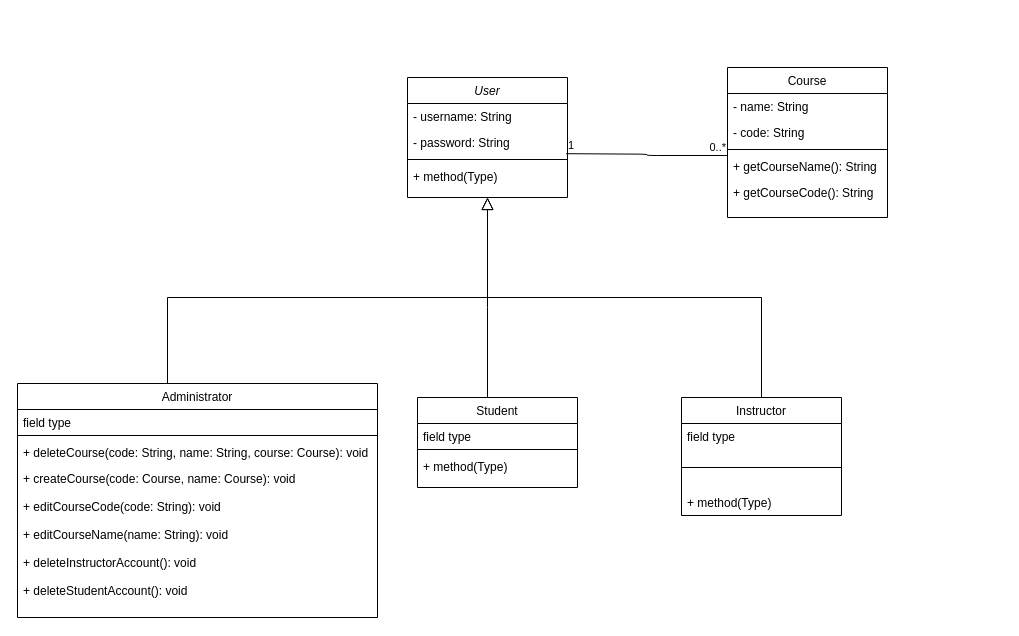
The draw.io diagram SEG_Term_Project.drawio in tamaraamicic/SEG2105, before the edit. Source tidied: cells renumbered, new cells numbered last; positions are measured from the earlier drawing's top-left corner, leaving out a move shared by most shapes. Both pictures are drawn from the tidied source at 100%, with x=0, y=0 at pixel (17, 67).
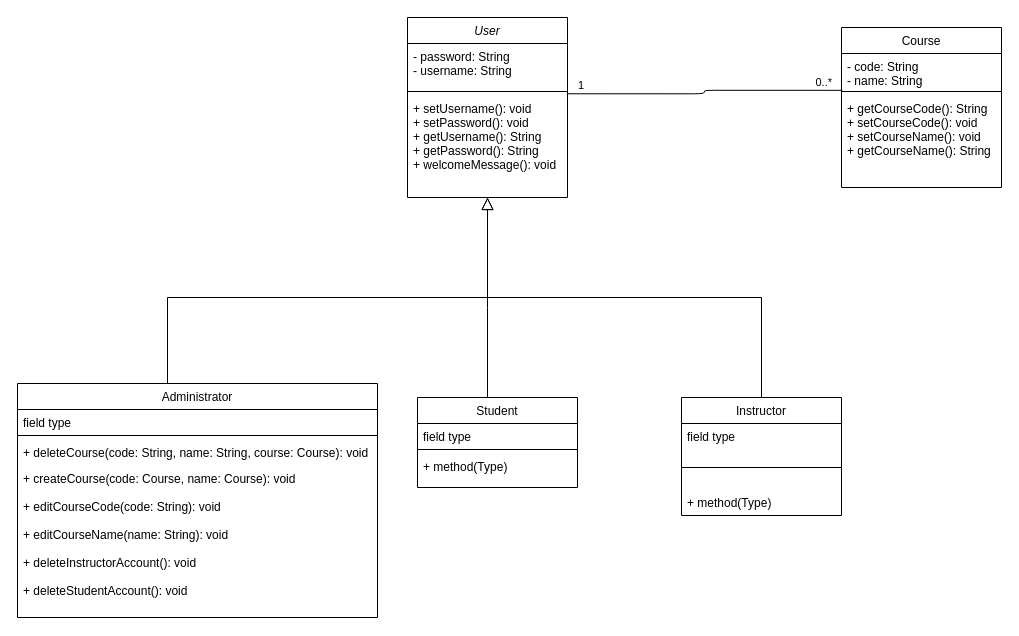
The same diagram, later.

Commit message:
Adding UML Diagram

What changed in the source:
```diff
@@
     <mxCell id="2" value="User" style="swimlane;fontStyle=2;align=center;verticalAlign=top;horizontal=1;startSize=26;rounded=0;shadow=0;strokeWidth=1;" parent="1" vertex="1">
-      <mxGeometry x="390" y="10" width="160" height="120" as="geometry" />
+      <mxGeometry x="390" y="-50" width="160" height="180" as="geometry" />
     </mxCell>
-    <mxCell id="3" value="- username: String" style="text;align=left;verticalAlign=top;spacingLeft=4;spacingRight=4;overflow=hidden;" parent="2" vertex="1">
-      <mxGeometry y="26" width="160" height="26" as="geometry" />
-    </mxCell>
-    <mxCell id="4" value="- password: String" style="text;align=left;verticalAlign=top;spacingLeft=4;spacingRight=4;overflow=hidden;rounded=0;shadow=0;html=0;" parent="2" vertex="1">
-      <mxGeometry y="52" width="160" height="26" as="geometry" />
+    <mxCell id="4" value="- password: String&#10;- username: String" style="text;align=left;verticalAlign=top;spacingLeft=4;spacingRight=4;overflow=hidden;rounded=0;shadow=0;html=0;" parent="2" vertex="1">
+      <mxGeometry y="26" width="160" height="44" as="geometry" />
     </mxCell>
     <mxCell id="5" style="line;html=1;strokeWidth=1;align=left;verticalAlign=middle;spacingTop=-1;spacingLeft=3;spacingRight=3;labelPosition=right;" parent="2" vertex="1">
-      <mxGeometry y="78" width="160" height="8" as="geometry" />
+      <mxGeometry y="70" width="160" height="8" as="geometry" />
     </mxCell>
-    <mxCell id="6" value="+ method(Type)" style="text;align=left;verticalAlign=top;spacingLeft=4;spacingRight=4;overflow=hidden;points=[[0,0.5],[1,0.5]];portConstraint=eastwest;" parent="2" vertex="1">
-      <mxGeometry y="86" width="160" height="26" as="geometry" />
+    <mxCell id="6" value="+ setUsername(): void&#10;+ setPassword(): void&#10;+ getUsername(): String&#10;+ getPassword(): String&#10;+ welcomeMessage(): void" style="text;align=left;verticalAlign=top;spacingLeft=4;spacingRight=4;overflow=hidden;points=[[0,0.5],[1,0.5]];portConstraint=eastwest;" parent="2" vertex="1">
+      <mxGeometry y="78" width="160" height="82" as="geometry" />
     </mxCell>
@@
     <mxCell id="17" value="Course" style="swimlane;fontStyle=0;align=center;verticalAlign=top;horizontal=1;startSize=26;rounded=0;shadow=0;strokeWidth=1;" parent="1" vertex="1">
-      <mxGeometry x="710" width="160" height="150" as="geometry" />
+      <mxGeometry x="824" y="-40" width="160" height="160" as="geometry" />
     </mxCell>
-    <mxCell id="18" value="- name: String" style="text;align=left;verticalAlign=top;spacingLeft=4;spacingRight=4;overflow=hidden;" parent="17" vertex="1">
-      <mxGeometry y="26" width="160" height="26" as="geometry" />
-    </mxCell>
-    <mxCell id="19" value="- code: String" style="text;align=left;verticalAlign=top;spacingLeft=4;spacingRight=4;overflow=hidden;points=[[0,0.5],[1,0.5]];portConstraint=eastwest;rounded=0;shadow=0;html=0;" parent="17" vertex="1">
-      <mxGeometry y="52" width="160" height="26" as="geometry" />
+    <mxCell id="19" value="- code: String&#10;- name: String " style="text;align=left;verticalAlign=top;spacingLeft=4;spacingRight=4;overflow=hidden;points=[[0,0.5],[1,0.5]];portConstraint=eastwest;rounded=0;shadow=0;html=0;" parent="17" vertex="1">
+      <mxGeometry y="26" width="160" height="34" as="geometry" />
     </mxCell>
     <mxCell id="20" style="line;html=1;strokeWidth=1;align=left;verticalAlign=middle;spacingTop=-1;spacingLeft=3;spacingRight=3;labelPosition=right;" parent="17" vertex="1">
-      <mxGeometry y="78" width="160" height="8" as="geometry" />
+      <mxGeometry y="60" width="160" height="8" as="geometry" />
     </mxCell>
-    <mxCell id="21" value="+ getCourseName(): String" style="text;align=left;verticalAlign=top;spacingLeft=4;spacingRight=4;overflow=hidden;points=[[0,0.5],[1,0.5]];portConstraint=eastwest;" parent="17" vertex="1">
-      <mxGeometry y="86" width="160" height="26" as="geometry" />
-    </mxCell>
-    <mxCell id="22" value="+ getCourseCode(): String&#10;&#10;" style="text;align=left;verticalAlign=top;spacingLeft=4;spacingRight=4;overflow=hidden;" parent="17" vertex="1">
-      <mxGeometry y="112" width="160" height="38" as="geometry" />
+    <mxCell id="22" value="+ getCourseCode(): String&#10;+ setCourseCode(): void&#10;+ setCourseName(): void&#10;+ getCourseName(): String&#10;&#10;" style="text;align=left;verticalAlign=top;spacingLeft=4;spacingRight=4;overflow=hidden;" parent="17" vertex="1">
+      <mxGeometry y="68" width="160" height="66" as="geometry" />
     </mxCell>
@@
-    <mxCell id="30" style="endArrow=none;html=1;edgeStyle=orthogonalEdgeStyle;exitX=0.991;exitY=-0.071;exitDx=0;exitDy=0;exitPerimeter=0;entryX=-0.003;entryY=0.077;entryDx=0;entryDy=0;entryPerimeter=0;" parent="1" edge="1" target="21">
-      <mxGeometry relative="1" as="geometry">
-        <mxPoint x="548.6" y="86.2" as="sourcePoint" />
-      </mxGeometry>
-    </mxCell>
+    <mxCell id="33" style="endArrow=none;html=1;edgeStyle=orthogonalEdgeStyle;entryX=0.005;entryY=1.083;entryDx=0;entryDy=0;entryPerimeter=0;exitX=0.996;exitY=-0.021;exitDx=0;exitDy=0;exitPerimeter=0;" parent="1" edge="1" source="6" target="19">
+      <mxGeometry relative="1" as="geometry" />
+    </mxCell>
-    <mxCell id="31" value="1" style="edgeLabel;html=1;align=left;verticalAlign=bottom;" parent="30" vertex="1">
-      <mxGeometry x="-1" relative="1" as="geometry" />
+    <mxCell id="31" value="1" style="edgeLabel;html=1;align=left;verticalAlign=bottom;" parent="33" vertex="1">
+      <mxGeometry x="-1" relative="1" as="geometry">
+        <mxPoint x="10" as="offset" />
+      </mxGeometry>
     </mxCell>
-    <mxCell id="32" value="0..*" style="edgeLabel;html=1;align=right;verticalAlign=bottom;" parent="30" vertex="1">
-      <mxGeometry x="1" relative="1" as="geometry" />
+    <mxCell id="32" value="0..*" style="edgeLabel;html=1;align=right;verticalAlign=bottom;" parent="33" vertex="1">
+      <mxGeometry x="1" relative="1" as="geometry">
+        <mxPoint x="-10" as="offset" />
+      </mxGeometry>
     </mxCell>
```
